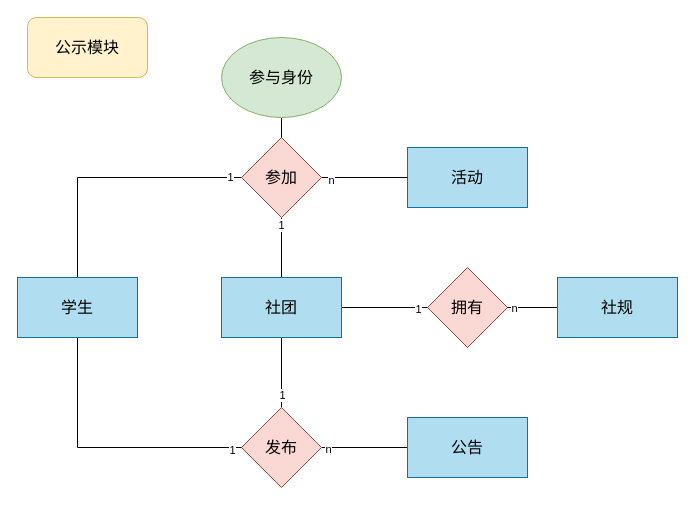
Earlier version of the draw.io diagram page "公示模块" (3 of 4) of 系统设计报告/ER图与数据库设计/ER图-分页.drawio (cccvs/BUAA-DataBase). Source tidied: cells renumbered, new cells numbered last; positions are measured from the earlier drawing's top-left corner, leaving out a move shared by most shapes. Both pictures are drawn from the tidied source at 100%, with x=0, y=0 at pixel (17, 17).
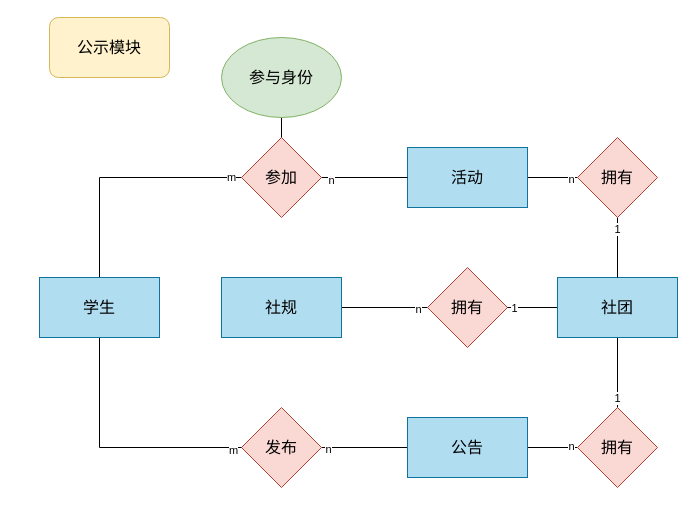
Above is the later version.

Unchanged cells that the change refers to:
```xml
<mxCell id="6" style="edgeStyle=orthogonalEdgeStyle;rounded=0;jettySize=auto;html=1;exitX=1;exitY=0.5;exitDx=0;exitDy=0;entryX=0;entryY=0.5;entryDx=0;entryDy=0;fontSize=16;endArrow=none;endFill=0;" parent="1" edge="1" source="8" target="10">
  <mxGeometry relative="1" as="geometry" />
</mxCell>
<mxCell id="9" value="活动" style="rounded=0;whiteSpace=wrap;html=1;fontSize=16;fillColor=#b1ddf0;strokeColor=#10739e;" parent="1" vertex="1">
  <mxGeometry x="390" y="130" width="120" height="60" as="geometry" />
</mxCell>
<mxCell id="13" value="发布" style="rhombus;whiteSpace=wrap;html=1;fontSize=16;fillColor=#fad9d5;strokeColor=#ae4132;" parent="1" vertex="1">
  <mxGeometry x="224" y="390" width="80" height="80" as="geometry" />
</mxCell>
<mxCell id="14" style="edgeStyle=orthogonalEdgeStyle;rounded=0;jettySize=auto;html=1;fontSize=16;endArrow=none;endFill=0;" parent="1" edge="1" source="16" target="10">
  <mxGeometry relative="1" as="geometry" />
</mxCell>
<mxCell id="17" style="edgeStyle=orthogonalEdgeStyle;rounded=0;jettySize=auto;html=1;exitX=0.5;exitY=0;exitDx=0;exitDy=0;entryX=0;entryY=0.5;entryDx=0;entryDy=0;fontSize=16;endArrow=none;endFill=0;" parent="1" edge="1" source="21" target="24">
  <mxGeometry relative="1" as="geometry" />
</mxCell>
<mxCell id="19" style="edgeStyle=orthogonalEdgeStyle;rounded=0;jettySize=auto;html=1;exitX=0.5;exitY=1;exitDx=0;exitDy=0;entryX=0;entryY=0.5;entryDx=0;entryDy=0;fontSize=16;endArrow=none;endFill=0;" parent="1" edge="1" source="21" target="13">
  <mxGeometry relative="1" as="geometry" />
</mxCell>
<mxCell id="24" value="&lt;font style=&quot;font-size: 16px;&quot;&gt;参加&lt;/font&gt;" style="rhombus;whiteSpace=wrap;html=1;fillColor=#fad9d5;strokeColor=#ae4132;" parent="1" vertex="1">
  <mxGeometry x="224" y="120" width="80" height="80" as="geometry" />
</mxCell>
<mxCell id="25" value="公告" style="rounded=0;whiteSpace=wrap;html=1;fontSize=16;fillColor=#b1ddf0;strokeColor=#10739e;" parent="1" vertex="1">
  <mxGeometry x="390" y="400" width="120" height="60" as="geometry" />
</mxCell>
```

The edit, as a diff of the source:
```diff
@@
-    <mxCell id="2" style="edgeStyle=orthogonalEdgeStyle;rounded=0;jettySize=auto;html=1;exitX=0.5;exitY=1;exitDx=0;exitDy=0;fontSize=16;endArrow=none;endFill=0;" parent="1" edge="1" source="8" target="13">
-      <mxGeometry relative="1" as="geometry" />
-    </mxCell>
-    <mxCell id="3" value="1" style="edgeLabel;html=1;align=center;verticalAlign=middle;" parent="2" vertex="1">
-      <mxGeometry x="0.62" relative="1" as="geometry" />
-    </mxCell>
-    <mxCell id="4" style="edgeStyle=orthogonalEdgeStyle;rounded=0;jettySize=auto;html=1;exitX=0.5;exitY=0;exitDx=0;exitDy=0;entryX=0.5;entryY=1;entryDx=0;entryDy=0;fontSize=16;endArrow=none;endFill=0;" parent="1" edge="1" source="8" target="24">
-      <mxGeometry relative="1" as="geometry" />
-    </mxCell>
-    <mxCell id="5" value="1" style="edgeLabel;html=1;align=center;verticalAlign=middle;" parent="4" vertex="1">
-      <mxGeometry x="0.76" y="1" relative="1" as="geometry" />
-    </mxCell>
@@
-    <mxCell id="7" value="1" style="edgeLabel;html=1;align=center;verticalAlign=middle;" parent="6" vertex="1">
+    <mxCell id="7" value="n" style="edgeLabel;html=1;align=center;verticalAlign=middle;" parent="6" vertex="1">
       <mxGeometry x="0.77" y="-1" relative="1" as="geometry" />
     </mxCell>
-    <mxCell id="8" value="社团" style="rounded=0;whiteSpace=wrap;html=1;fontSize=16;fillColor=#b1ddf0;strokeColor=#10739e;" parent="1" vertex="1">
+    <mxCell id="8" value="社规" style="rounded=0;whiteSpace=wrap;html=1;fontSize=16;fillColor=#b1ddf0;strokeColor=#10739e;" parent="1" vertex="1">
       <mxGeometry x="204" y="260" width="120" height="60" as="geometry" />
     </mxCell>
+    <mxCell id="29" style="edgeStyle=orthogonalEdgeStyle;rounded=0;jettySize=auto;html=1;exitX=1;exitY=0.5;exitDx=0;exitDy=0;entryX=0;entryY=0.5;entryDx=0;entryDy=0;endArrow=none;endFill=0;" parent="1" edge="1" source="9" target="37">
+      <mxGeometry relative="1" as="geometry" />
+    </mxCell>
+    <mxCell id="30" value="n" style="edgeLabel;html=1;align=center;verticalAlign=middle;" parent="29" vertex="1">
+      <mxGeometry x="0.71" y="-1" relative="1" as="geometry" />
+    </mxCell>
@@
-    <mxCell id="15" value="n" style="edgeLabel;html=1;align=center;verticalAlign=middle;" parent="14" vertex="1">
+    <mxCell id="15" value="1" style="edgeLabel;html=1;align=center;verticalAlign=middle;" parent="14" vertex="1">
       <mxGeometry x="0.76" relative="1" as="geometry" />
     </mxCell>
+    <mxCell id="31" style="edgeStyle=orthogonalEdgeStyle;rounded=0;jettySize=auto;html=1;exitX=0.5;exitY=1;exitDx=0;exitDy=0;entryX=0.5;entryY=0;entryDx=0;entryDy=0;endArrow=none;endFill=0;" parent="1" edge="1" source="16" target="38">
+      <mxGeometry relative="1" as="geometry" />
+    </mxCell>
+    <mxCell id="32" value="1" style="edgeLabel;html=1;align=center;verticalAlign=middle;" parent="31" vertex="1">
+      <mxGeometry x="0.72" y="-1" relative="1" as="geometry" />
+    </mxCell>
-    <mxCell id="16" value="社规" style="rounded=0;whiteSpace=wrap;html=1;fontSize=16;fillColor=#b1ddf0;strokeColor=#10739e;" parent="1" vertex="1">
+    <mxCell id="16" value="社团" style="rounded=0;whiteSpace=wrap;html=1;fontSize=16;fillColor=#b1ddf0;strokeColor=#10739e;" parent="1" vertex="1">
       <mxGeometry x="540" y="260" width="120" height="60" as="geometry" />
     </mxCell>
@@
-    <mxCell id="18" value="1" style="edgeLabel;html=1;align=center;verticalAlign=middle;" parent="17" vertex="1">
+    <mxCell id="18" value="m" style="edgeLabel;html=1;align=center;verticalAlign=middle;" parent="17" vertex="1">
       <mxGeometry x="0.91" y="1" relative="1" as="geometry" />
     </mxCell>
@@
-    <mxCell id="20" value="1" style="edgeLabel;html=1;align=center;verticalAlign=middle;" parent="19" vertex="1">
+    <mxCell id="20" value="m" style="edgeLabel;html=1;align=center;verticalAlign=middle;" parent="19" vertex="1">
       <mxGeometry x="0.93" y="-2" relative="1" as="geometry" />
     </mxCell>
     <mxCell id="21" value="&lt;font style=&quot;font-size: 16px;&quot;&gt;学生&lt;/font&gt;" style="rounded=0;whiteSpace=wrap;html=1;fillColor=#b1ddf0;strokeColor=#10739e;" parent="1" vertex="1">
-      <mxGeometry y="260" width="120" height="60" as="geometry" />
+      <mxGeometry x="22" y="260" width="120" height="60" as="geometry" />
     </mxCell>
@@
+    <mxCell id="33" style="edgeStyle=orthogonalEdgeStyle;rounded=0;jettySize=auto;html=1;exitX=1;exitY=0.5;exitDx=0;exitDy=0;endArrow=none;endFill=0;" parent="1" edge="1" source="25" target="38">
+      <mxGeometry relative="1" as="geometry" />
+    </mxCell>
+    <mxCell id="34" value="n" style="edgeLabel;html=1;align=center;verticalAlign=middle;" parent="33" vertex="1">
+      <mxGeometry x="0.73" y="2" relative="1" as="geometry" />
+    </mxCell>
@@
     <mxCell id="28" value="&lt;font style=&quot;font-size: 16px;&quot;&gt;公示模块&lt;/font&gt;" style="rounded=1;whiteSpace=wrap;html=1;fillColor=#fff2cc;strokeColor=#d6b656;" parent="1" vertex="1">
-      <mxGeometry x="10" width="120" height="60" as="geometry" />
+      <mxGeometry x="32" width="120" height="60" as="geometry" />
     </mxCell>
+    <mxCell id="35" style="edgeStyle=orthogonalEdgeStyle;rounded=0;jettySize=auto;html=1;exitX=0.5;exitY=1;exitDx=0;exitDy=0;entryX=0.5;entryY=0;entryDx=0;entryDy=0;endArrow=none;endFill=0;" parent="1" edge="1" source="37" target="16">
+      <mxGeometry relative="1" as="geometry" />
+    </mxCell>
+    <mxCell id="36" value="1" style="edgeLabel;html=1;align=center;verticalAlign=middle;" parent="35" vertex="1">
+      <mxGeometry x="-0.64" y="-1" relative="1" as="geometry" />
+    </mxCell>
+    <mxCell id="37" value="拥有" style="rhombus;whiteSpace=wrap;html=1;fontSize=16;fillColor=#fad9d5;strokeColor=#ae4132;" parent="1" vertex="1">
+      <mxGeometry x="560" y="120" width="80" height="80" as="geometry" />
+    </mxCell>
+    <mxCell id="38" value="拥有" style="rhombus;whiteSpace=wrap;html=1;fontSize=16;fillColor=#fad9d5;strokeColor=#ae4132;" parent="1" vertex="1">
+      <mxGeometry x="560" y="390" width="80" height="80" as="geometry" />
+    </mxCell>
```
